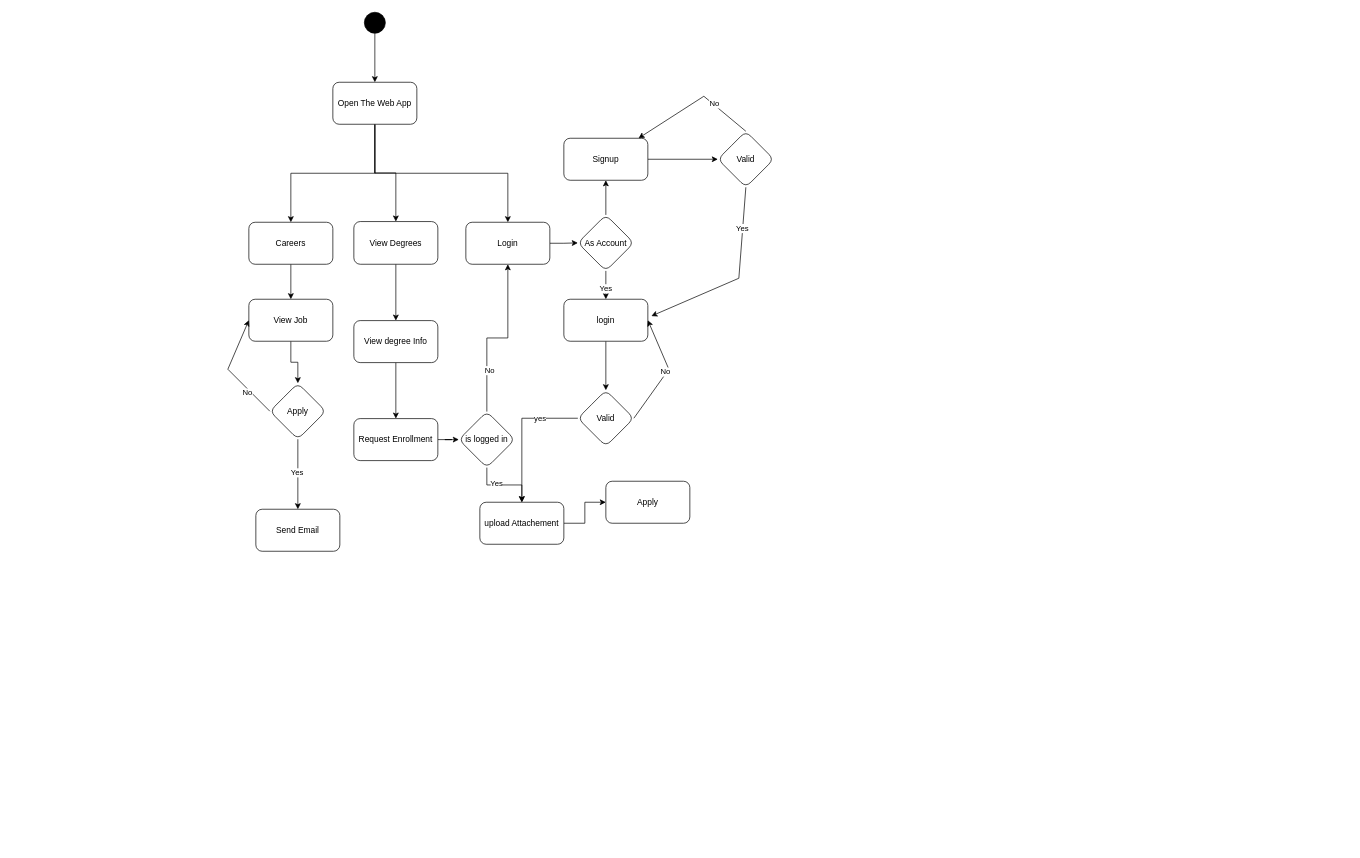
Earlier version of the draw.io diagram Untitled Diagram.drawio (AbdElrhman-m/100-days-of-code). Source tidied: cells renumbered, new cells numbered last; positions are measured from the earlier drawing's top-left corner, leaving out a move shared by most shapes. Both pictures are drawn from the tidied source at 70%, with x=0, y=0 at pixel (227, 12).
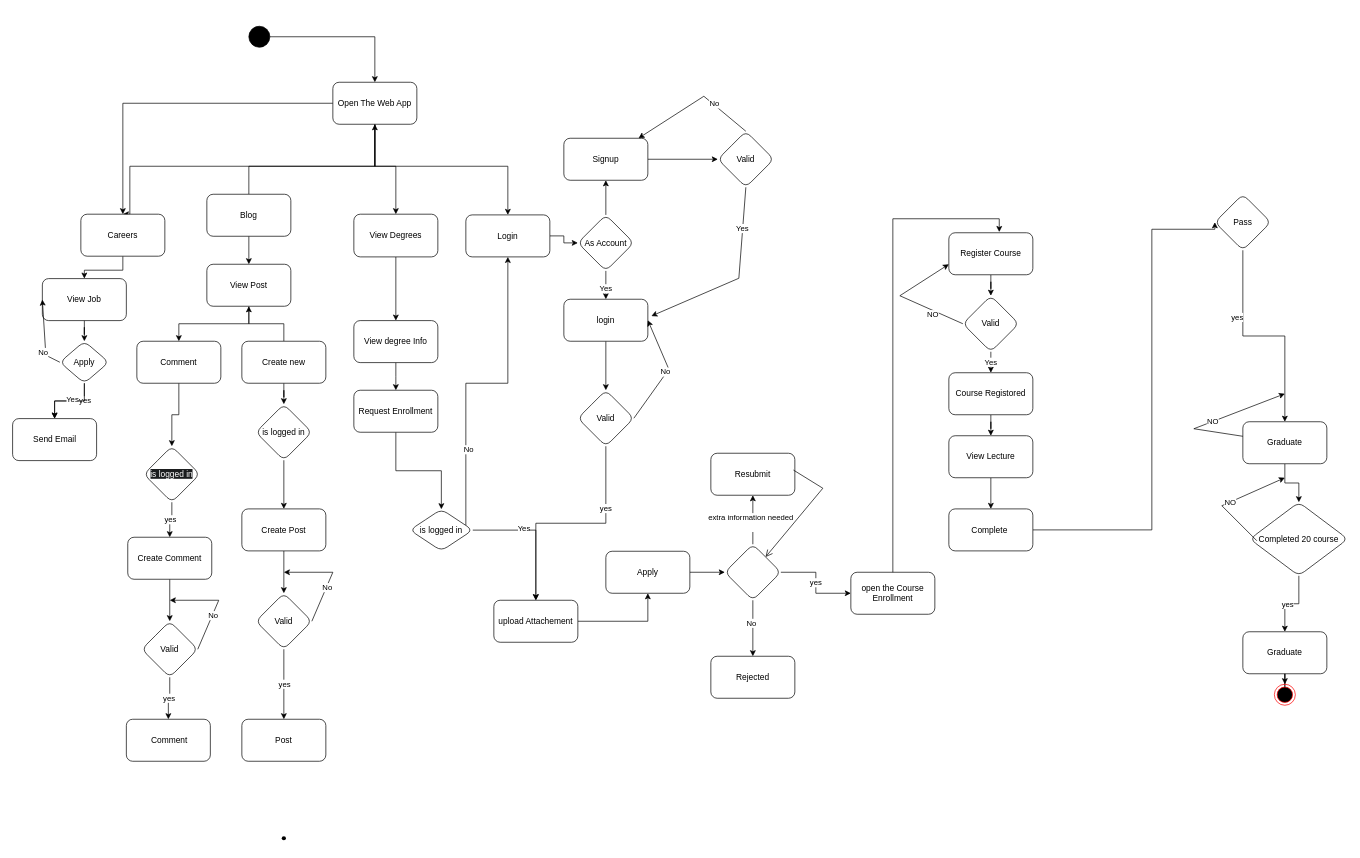
The same page after the edit.

The change refers to these unchanged cells:
```xml
<mxCell id="7" value="Open The Web App" style="rounded=1;whiteSpace=wrap;html=1;" parent="1" vertex="1">
  <mxGeometry x="150" y="100" width="120" height="60" as="geometry" />
</mxCell>
```

What changed in the source:
```diff
@@
     <mxCell id="3" style="ellipse;fillColor=strokeColor;html=1;" parent="1" vertex="1">
-      <mxGeometry x="195" width="30" height="30" as="geometry" />
+      <mxGeometry x="30" y="20" width="30" height="30" as="geometry" />
     </mxCell>
+    <mxCell id="5" style="edgeStyle=orthogonalEdgeStyle;rounded=0;jettySize=auto;html=1;" parent="1" edge="1" source="7" target="19">
+      <mxGeometry relative="1" as="geometry">
+        <Array as="points">
+          <mxPoint x="210" y="220" />
+          <mxPoint x="240" y="220" />
+        </Array>
+      </mxGeometry>
+    </mxCell>
@@
-    <mxCell id="5" style="edgeStyle=orthogonalEdgeStyle;rounded=0;jettySize=auto;html=1;" parent="1" edge="1" source="7" target="19">
-      <mxGeometry relative="1" as="geometry" />
-    </mxCell>
     <mxCell id="6" style="edgeStyle=orthogonalEdgeStyle;rounded=0;jettySize=auto;html=1;" parent="1" edge="1" source="7" target="30">
       <mxGeometry relative="1" as="geometry">
         <Array as="points">
-          <mxPoint x="210" y="230" />
-          <mxPoint x="400" y="230" />
+          <mxPoint x="210" y="220" />
+          <mxPoint x="400" y="220" />
         </Array>
       </mxGeometry>
     </mxCell>
+    <mxCell id="52" style="edgeStyle=orthogonalEdgeStyle;rounded=0;jettySize=auto;html=1;entryX=0.5;entryY=0;entryDx=0;entryDy=0;" parent="1" edge="1" source="7" target="9">
+      <mxGeometry relative="1" as="geometry">
+        <Array as="points">
+          <mxPoint x="210" y="220" />
+          <mxPoint x="-140" y="220" />
+          <mxPoint x="-140" y="289" />
+        </Array>
+      </mxGeometry>
+    </mxCell>
@@
     <mxCell id="9" value="Careers" style="whiteSpace=wrap;html=1;rounded=1;" parent="1" vertex="1">
-      <mxGeometry x="30" y="300" width="120" height="60" as="geometry" />
+      <mxGeometry x="-210" y="288.5" width="120" height="60" as="geometry" />
     </mxCell>
@@
     <mxCell id="11" value="View Job" style="whiteSpace=wrap;html=1;rounded=1;" parent="1" vertex="1">
-      <mxGeometry x="30" y="410" width="120" height="60" as="geometry" />
+      <mxGeometry x="-265" y="380.5" width="120" height="60" as="geometry" />
     </mxCell>
+    <mxCell id="53" style="edgeStyle=orthogonalEdgeStyle;rounded=0;jettySize=auto;html=1;" parent="1" edge="1" source="14" target="17">
+      <mxGeometry relative="1" as="geometry" />
+    </mxCell>
+    <mxCell id="54" value="yes" style="edgeLabel;html=1;align=center;verticalAlign=middle;" parent="53" vertex="1">
+      <mxGeometry x="-0.47" y="-1" relative="1" as="geometry" />
+    </mxCell>
@@
     <mxCell id="14" value="Apply" style="rhombus;whiteSpace=wrap;html=1;rounded=1;" parent="1" vertex="1">
-      <mxGeometry x="60" y="530" width="80" height="80" as="geometry" />
+      <mxGeometry x="-240" y="470" width="70" height="60" as="geometry" />
     </mxCell>
     <mxCell id="15" style="endArrow=classic;html=1;rounded=0;exitX=0;exitY=0.5;exitDx=0;exitDy=0;entryX=0;entryY=0.5;entryDx=0;entryDy=0;" parent="1" edge="1" source="14" target="11">
       <mxGeometry relative="1" as="geometry">
         <Array as="points">
-          <mxPoint y="510" />
+          <mxPoint x="-260" y="490" />
         </Array>
       </mxGeometry>
     </mxCell>
@@
     <mxCell id="17" value="Send Email" style="whiteSpace=wrap;html=1;rounded=1;" parent="1" vertex="1">
-      <mxGeometry x="40" y="710" width="120" height="60" as="geometry" />
+      <mxGeometry x="-307.5" y="580.5" width="120" height="60" as="geometry" />
     </mxCell>
@@
     <mxCell id="19" value="View Degrees" style="whiteSpace=wrap;html=1;rounded=1;" parent="1" vertex="1">
-      <mxGeometry x="180" y="299" width="120" height="61" as="geometry" />
+      <mxGeometry x="180" y="288.5" width="120" height="61" as="geometry" />
     </mxCell>
@@
     <mxCell id="23" value="Request Enrollment" style="whiteSpace=wrap;html=1;rounded=1;" parent="1" vertex="1">
-      <mxGeometry x="180" y="580.5" width="120" height="60" as="geometry" />
+      <mxGeometry x="180" y="540" width="120" height="60" as="geometry" />
     </mxCell>
     <mxCell id="24" style="edgeStyle=orthogonalEdgeStyle;rounded=0;jettySize=auto;html=1;" parent="1" edge="1" source="28" target="30">
-      <mxGeometry relative="1" as="geometry" />
+      <mxGeometry relative="1" as="geometry">
+        <Array as="points">
+          <mxPoint x="340" y="530" />
+          <mxPoint x="400" y="530" />
+        </Array>
+      </mxGeometry>
     </mxCell>
@@
     <mxCell id="28" value="is logged in" style="rhombus;whiteSpace=wrap;html=1;rounded=1;" parent="1" vertex="1">
-      <mxGeometry x="330" y="570.5" width="80" height="80" as="geometry" />
+      <mxGeometry x="260" y="710" width="90" height="59.5" as="geometry" />
     </mxCell>
@@
     <mxCell id="30" value="Login" style="whiteSpace=wrap;html=1;rounded=1;" parent="1" vertex="1">
-      <mxGeometry x="340" y="300" width="120" height="60" as="geometry" />
+      <mxGeometry x="340" y="289.5" width="120" height="60" as="geometry" />
     </mxCell>
@@
     <mxCell id="38" value="upload Attachement" style="whiteSpace=wrap;html=1;rounded=1;" parent="1" vertex="1">
-      <mxGeometry x="360" y="700" width="120" height="60" as="geometry" />
+      <mxGeometry x="380" y="840" width="120" height="60" as="geometry" />
     </mxCell>
+    <mxCell id="55" style="edgeStyle=orthogonalEdgeStyle;rounded=0;jettySize=auto;html=1;" parent="1" edge="1" source="39" target="91">
+      <mxGeometry relative="1" as="geometry" />
+    </mxCell>
     <mxCell id="39" value="Apply" style="whiteSpace=wrap;html=1;rounded=1;" parent="1" vertex="1">
-      <mxGeometry x="540" y="670" width="120" height="60" as="geometry" />
+      <mxGeometry x="540" y="770" width="120" height="60" as="geometry" />
     </mxCell>
@@
+    <mxCell id="56" style="edgeStyle=orthogonalEdgeStyle;rounded=0;jettySize=auto;html=1;" parent="1" edge="1" source="58" target="7">
+      <mxGeometry relative="1" as="geometry">
+        <Array as="points">
+          <mxPoint x="30" y="220" />
+          <mxPoint x="210" y="220" />
+        </Array>
+      </mxGeometry>
+    </mxCell>
+    <mxCell id="57" style="edgeStyle=orthogonalEdgeStyle;rounded=0;jettySize=auto;html=1;" parent="1" edge="1" source="58" target="60">
+      <mxGeometry relative="1" as="geometry" />
+    </mxCell>
+    <mxCell id="58" value="Blog" style="whiteSpace=wrap;html=1;rounded=1;" parent="1" vertex="1">
+      <mxGeometry x="-30" y="260" width="120" height="60" as="geometry" />
+    </mxCell>
+    <mxCell id="59" style="edgeStyle=orthogonalEdgeStyle;rounded=0;jettySize=auto;html=1;" parent="1" edge="1" source="60" target="62">
+      <mxGeometry relative="1" as="geometry" />
+    </mxCell>
+    <mxCell id="60" value="View Post" style="whiteSpace=wrap;html=1;rounded=1;" parent="1" vertex="1">
+      <mxGeometry x="-30" y="360" width="120" height="60" as="geometry" />
+    </mxCell>
+    <mxCell id="61" style="edgeStyle=orthogonalEdgeStyle;rounded=0;jettySize=auto;html=1;" parent="1" edge="1" source="62" target="67">
+      <mxGeometry relative="1" as="geometry" />
+    </mxCell>
+    <mxCell id="62" value="Comment" style="whiteSpace=wrap;html=1;rounded=1;" parent="1" vertex="1">
+      <mxGeometry x="-130" y="470" width="120" height="60" as="geometry" />
+    </mxCell>
+    <mxCell id="63" style="edgeStyle=orthogonalEdgeStyle;rounded=0;jettySize=auto;html=1;entryX=0.5;entryY=1;entryDx=0;entryDy=0;" parent="1" edge="1" source="65" target="60">
+      <mxGeometry relative="1" as="geometry" />
+    </mxCell>
+    <mxCell id="64" style="edgeStyle=orthogonalEdgeStyle;rounded=0;jettySize=auto;html=1;entryX=0.5;entryY=0;entryDx=0;entryDy=0;" parent="1" edge="1" source="65" target="69">
+      <mxGeometry relative="1" as="geometry" />
+    </mxCell>
+    <mxCell id="65" value="Create new" style="whiteSpace=wrap;html=1;rounded=1;" parent="1" vertex="1">
+      <mxGeometry x="20" y="470" width="120" height="60" as="geometry" />
+    </mxCell>
+    <mxCell id="66" value="yes" style="edgeStyle=orthogonalEdgeStyle;rounded=0;jettySize=auto;html=1;entryX=0.5;entryY=0;entryDx=0;entryDy=0;" parent="1" edge="1" source="67" target="79">
+      <mxGeometry relative="1" as="geometry" />
+    </mxCell>
+    <mxCell id="67" value="&lt;span style=&quot;caret-color: rgb(255, 255, 255); color: rgb(255, 255, 255); font-family: Helvetica; font-size: 12px; font-style: normal; font-variant-caps: normal; font-weight: 400; letter-spacing: normal; orphans: 2; text-align: center; text-indent: 0px; text-transform: none; white-space: normal; widows: 2; word-spacing: 0px; -webkit-text-stroke-width: 0px; background-color: rgb(27, 29, 30); text-decoration: none; display: inline !important; float: none;&quot;&gt;is logged in&lt;/span&gt;" style="rhombus;whiteSpace=wrap;html=1;rounded=1;" parent="1" vertex="1">
+      <mxGeometry x="-120" y="620" width="80" height="80" as="geometry" />
+    </mxCell>
+    <mxCell id="68" style="edgeStyle=orthogonalEdgeStyle;rounded=0;jettySize=auto;html=1;" parent="1" edge="1" source="69" target="71">
+      <mxGeometry relative="1" as="geometry" />
+    </mxCell>
+    <mxCell id="69" value="is logged in" style="rhombus;whiteSpace=wrap;html=1;rounded=1;" parent="1" vertex="1">
+      <mxGeometry x="40" y="560" width="80" height="80" as="geometry" />
+    </mxCell>
+    <mxCell id="70" style="edgeStyle=orthogonalEdgeStyle;rounded=0;jettySize=auto;html=1;" parent="1" edge="1" source="71" target="74">
+      <mxGeometry relative="1" as="geometry" />
+    </mxCell>
+    <mxCell id="71" value="Create Post" style="whiteSpace=wrap;html=1;rounded=1;" parent="1" vertex="1">
+      <mxGeometry x="20" y="709.5" width="120" height="60" as="geometry" />
+    </mxCell>
+    <mxCell id="72" style="edgeStyle=orthogonalEdgeStyle;rounded=0;jettySize=auto;html=1;" parent="1" edge="1" source="74" target="77">
+      <mxGeometry relative="1" as="geometry" />
+    </mxCell>
+    <mxCell id="73" value="yes" style="edgeLabel;html=1;align=center;verticalAlign=middle;" parent="72" vertex="1">
+      <mxGeometry x="-0.02" relative="1" as="geometry" />
+    </mxCell>
+    <mxCell id="74" value="Valid" style="rhombus;whiteSpace=wrap;html=1;rounded=1;" parent="1" vertex="1">
+      <mxGeometry x="40" y="830" width="80" height="80" as="geometry" />
+    </mxCell>
+    <mxCell id="75" style="endArrow=classic;html=1;rounded=0;exitX=1;exitY=0.5;exitDx=0;exitDy=0;" parent="1" edge="1" source="74">
+      <mxGeometry relative="1" as="geometry">
+        <mxPoint x="80" y="800" as="targetPoint" />
+        <Array as="points">
+          <mxPoint x="150" y="800" />
+        </Array>
+      </mxGeometry>
+    </mxCell>
+    <mxCell id="76" value="No" style="edgeLabel;html=1;align=center;verticalAlign=middle;" parent="75" vertex="1">
+      <mxGeometry x="-0.27" y="-1" relative="1" as="geometry" />
+    </mxCell>
+    <mxCell id="77" value="Post" style="whiteSpace=wrap;html=1;rounded=1;" parent="1" vertex="1">
+      <mxGeometry x="20" y="1010" width="120" height="60" as="geometry" />
+    </mxCell>
+    <mxCell id="78" style="edgeStyle=orthogonalEdgeStyle;rounded=0;jettySize=auto;html=1;" parent="1" edge="1" source="79" target="80">
+      <mxGeometry relative="1" as="geometry" />
+    </mxCell>
+    <mxCell id="79" value="Create Comment" style="whiteSpace=wrap;html=1;rounded=1;" parent="1" vertex="1">
+      <mxGeometry x="-143" y="750" width="120" height="60" as="geometry" />
+    </mxCell>
+    <mxCell id="80" value="Valid" style="rhombus;whiteSpace=wrap;html=1;rounded=1;" parent="1" vertex="1">
+      <mxGeometry x="-123" y="870" width="80" height="80" as="geometry" />
+    </mxCell>
+    <mxCell id="81" style="endArrow=classic;html=1;rounded=0;exitX=1;exitY=0.5;exitDx=0;exitDy=0;" parent="1" edge="1" source="80">
+      <mxGeometry relative="1" as="geometry">
+        <mxPoint x="-83" y="840" as="targetPoint" />
+        <Array as="points">
+          <mxPoint x="-13" y="840" />
+        </Array>
+      </mxGeometry>
+    </mxCell>
+    <mxCell id="82" value="No" style="edgeLabel;html=1;align=center;verticalAlign=middle;" parent="81" vertex="1">
+      <mxGeometry x="-0.27" y="-1" relative="1" as="geometry" />
+    </mxCell>
+    <mxCell id="83" value="yes" style="edgeStyle=orthogonalEdgeStyle;rounded=0;jettySize=auto;html=1;" parent="1" edge="1" source="80" target="84">
+      <mxGeometry relative="1" as="geometry" />
+    </mxCell>
+    <mxCell id="84" value="&amp;nbsp;Comment" style="whiteSpace=wrap;html=1;rounded=1;" parent="1" vertex="1">
+      <mxGeometry x="-145" y="1010" width="120" height="60" as="geometry" />
+    </mxCell>
+    <mxCell id="85" style="shape=waypoint;sketch=0;size=6;fillColor=default;perimeter=centerPerimeter;rounded=1;" parent="1" vertex="1">
+      <mxGeometry x="70" y="1170" width="20" height="20" as="geometry" />
+    </mxCell>
+    <mxCell id="86" value="yes" style="edgeStyle=orthogonalEdgeStyle;rounded=0;jettySize=auto;html=1;" parent="1" edge="1" source="91" target="92">
+      <mxGeometry relative="1" as="geometry" />
+    </mxCell>
+    <mxCell id="87" style="edgeStyle=orthogonalEdgeStyle;rounded=0;jettySize=auto;html=1;" parent="1" edge="1" source="91" target="93">
+      <mxGeometry relative="1" as="geometry" />
+    </mxCell>
+    <mxCell id="88" value="extra information needed&lt;div&gt;&lt;br&gt;&lt;/div&gt;" style="edgeLabel;html=1;align=center;verticalAlign=middle;" parent="87" vertex="1">
+      <mxGeometry x="-0.09" y="4" relative="1" as="geometry" />
+    </mxCell>
+    <mxCell id="89" style="edgeStyle=orthogonalEdgeStyle;rounded=0;jettySize=auto;html=1;" parent="1" edge="1" source="91" target="95">
+      <mxGeometry relative="1" as="geometry" />
+    </mxCell>
+    <mxCell id="90" value="No" style="edgeLabel;html=1;align=center;verticalAlign=middle;" parent="89" vertex="1">
+      <mxGeometry x="-0.2" y="-3" relative="1" as="geometry" />
+    </mxCell>
+    <mxCell id="91" style="rhombus;whiteSpace=wrap;html=1;rounded=1;" parent="1" vertex="1">
+      <mxGeometry x="710" y="760" width="80" height="80" as="geometry" />
+    </mxCell>
+    <mxCell id="92" value="open the Course Enrollment" style="whiteSpace=wrap;html=1;rounded=1;" parent="1" vertex="1">
+      <mxGeometry x="890" y="800" width="120" height="60" as="geometry" />
+    </mxCell>
+    <mxCell id="93" value="Resubmit" style="rounded=1;whiteSpace=wrap;html=1;" parent="1" vertex="1">
+      <mxGeometry x="690" y="630" width="120" height="60" as="geometry" />
+    </mxCell>
+    <mxCell id="94" style="endArrow=open;startArrow=none;endFill=0;startFill=0;endSize=8;html=1;verticalAlign=bottom;labelBackgroundColor=none;strokeWidth=1;rounded=0;exitX=0.983;exitY=0.4;exitDx=0;exitDy=0;exitPerimeter=0;" parent="1" edge="1" source="93" target="91">
+      <mxGeometry relative="1" as="geometry">
+        <Array as="points">
+          <mxPoint x="850" y="680" />
+        </Array>
+      </mxGeometry>
+    </mxCell>
+    <mxCell id="95" value="Rejected" style="whiteSpace=wrap;html=1;rounded=1;" parent="1" vertex="1">
+      <mxGeometry x="690" y="920" width="120" height="60" as="geometry" />
+    </mxCell>
+    <mxCell id="96" style="edgeStyle=orthogonalEdgeStyle;rounded=0;jettySize=auto;html=1;" parent="1" edge="1" source="97" target="99">
+      <mxGeometry relative="1" as="geometry" />
+    </mxCell>
+    <mxCell id="97" value="Register Course" style="whiteSpace=wrap;html=1;rounded=1;" parent="1" vertex="1">
+      <mxGeometry x="1030" y="315" width="120" height="60" as="geometry" />
+    </mxCell>
+    <mxCell id="98" value="Yes" style="edgeStyle=orthogonalEdgeStyle;rounded=0;jettySize=auto;html=1;" parent="1" edge="1" source="99" target="101">
+      <mxGeometry relative="1" as="geometry" />
+    </mxCell>
+    <mxCell id="99" value="Valid" style="rhombus;whiteSpace=wrap;html=1;rounded=1;" parent="1" vertex="1">
+      <mxGeometry x="1050" y="405" width="80" height="80" as="geometry" />
+    </mxCell>
+    <mxCell id="100" style="edgeStyle=orthogonalEdgeStyle;rounded=0;jettySize=auto;html=1;" parent="1" edge="1" source="101" target="105">
+      <mxGeometry relative="1" as="geometry" />
+    </mxCell>
+    <mxCell id="101" value="Course Registored" style="whiteSpace=wrap;html=1;rounded=1;" parent="1" vertex="1">
+      <mxGeometry x="1030" y="515" width="120" height="60" as="geometry" />
+    </mxCell>
+    <mxCell id="102" style="endArrow=classic;html=1;rounded=0;exitX=0;exitY=0.5;exitDx=0;exitDy=0;entryX=0;entryY=0.75;entryDx=0;entryDy=0;" parent="1" edge="1" source="99" target="97">
+      <mxGeometry relative="1" as="geometry">
+        <Array as="points">
+          <mxPoint x="960" y="405" />
+        </Array>
+      </mxGeometry>
+    </mxCell>
+    <mxCell id="103" value="NO" style="edgeLabel;html=1;align=center;verticalAlign=middle;" parent="102" vertex="1">
+      <mxGeometry x="-0.5" y="5" relative="1" as="geometry" />
+    </mxCell>
+    <mxCell id="104" style="edgeStyle=orthogonalEdgeStyle;rounded=0;jettySize=auto;html=1;" parent="1" edge="1" source="105" target="107">
+      <mxGeometry relative="1" as="geometry" />
+    </mxCell>
+    <mxCell id="105" value="View Lecture" style="rounded=1;whiteSpace=wrap;html=1;" parent="1" vertex="1">
+      <mxGeometry x="1030" y="605" width="120" height="60" as="geometry" />
+    </mxCell>
+    <mxCell id="106" style="edgeStyle=orthogonalEdgeStyle;rounded=0;jettySize=auto;html=1;entryX=0;entryY=0.5;entryDx=0;entryDy=0;" parent="1" edge="1" source="107" target="110">
+      <mxGeometry relative="1" as="geometry">
+        <Array as="points">
+          <mxPoint x="1320" y="740" />
+          <mxPoint x="1320" y="310" />
+          <mxPoint x="1410" y="310" />
+        </Array>
+      </mxGeometry>
+    </mxCell>
+    <mxCell id="107" value="Complete&amp;nbsp;" style="whiteSpace=wrap;html=1;rounded=1;" parent="1" vertex="1">
+      <mxGeometry x="1030" y="709.5" width="120" height="60" as="geometry" />
+    </mxCell>
+    <mxCell id="108" style="edgeStyle=orthogonalEdgeStyle;rounded=0;jettySize=auto;html=1;" parent="1" edge="1" source="110" target="112">
+      <mxGeometry relative="1" as="geometry" />
+    </mxCell>
+    <mxCell id="109" value="yes" style="edgeLabel;html=1;align=center;verticalAlign=middle;" parent="108" vertex="1">
+      <mxGeometry x="-0.38" y="-9" relative="1" as="geometry" />
+    </mxCell>
+    <mxCell id="110" value="Pass" style="rhombus;whiteSpace=wrap;html=1;rounded=1;" parent="1" vertex="1">
+      <mxGeometry x="1410" y="260" width="80" height="80" as="geometry" />
+    </mxCell>
+    <mxCell id="111" style="edgeStyle=orthogonalEdgeStyle;rounded=0;jettySize=auto;html=1;" parent="1" edge="1" source="112" target="115">
+      <mxGeometry relative="1" as="geometry" />
+    </mxCell>
+    <mxCell id="112" value="Graduate" style="whiteSpace=wrap;html=1;rounded=1;" parent="1" vertex="1">
+      <mxGeometry x="1450" y="585" width="120" height="60" as="geometry" />
+    </mxCell>
+    <mxCell id="113" style="edgeStyle=orthogonalEdgeStyle;rounded=0;jettySize=auto;html=1;" parent="1" edge="1" source="115" target="117">
+      <mxGeometry relative="1" as="geometry" />
+    </mxCell>
+    <mxCell id="114" value="yes" style="edgeLabel;html=1;align=center;verticalAlign=middle;" parent="113" vertex="1">
+      <mxGeometry x="0.2" y="3" relative="1" as="geometry" />
+    </mxCell>
+    <mxCell id="115" value="Completed 20 course" style="rhombus;whiteSpace=wrap;html=1;rounded=1;" parent="1" vertex="1">
+      <mxGeometry x="1460" y="700" width="140" height="105" as="geometry" />
+    </mxCell>
+    <mxCell id="116" style="edgeStyle=orthogonalEdgeStyle;rounded=0;jettySize=auto;html=1;" parent="1" edge="1" source="117" target="122">
+      <mxGeometry relative="1" as="geometry" />
+    </mxCell>
+    <mxCell id="117" value="Graduate" style="whiteSpace=wrap;html=1;rounded=1;" parent="1" vertex="1">
+      <mxGeometry x="1450" y="885" width="120" height="60" as="geometry" />
+    </mxCell>
+    <mxCell id="118" style="endArrow=classic;html=1;rounded=0;exitX=0;exitY=0.5;exitDx=0;exitDy=0;" parent="1" edge="1">
+      <mxGeometry relative="1" as="geometry">
+        <mxPoint x="1470" y="755" as="sourcePoint" />
+        <mxPoint x="1510" y="665" as="targetPoint" />
+        <Array as="points">
+          <mxPoint x="1420" y="705" />
+        </Array>
+      </mxGeometry>
+    </mxCell>
+    <mxCell id="119" value="NO" style="edgeLabel;html=1;align=center;verticalAlign=middle;" parent="118" vertex="1">
+      <mxGeometry x="-0.02" relative="1" as="geometry" />
+    </mxCell>
+    <mxCell id="120" style="endArrow=classic;html=1;rounded=0;" parent="1" edge="1" source="112">
+      <mxGeometry relative="1" as="geometry">
+        <mxPoint x="1510" y="545" as="targetPoint" />
+        <Array as="points">
+          <mxPoint x="1380" y="595" />
+        </Array>
+      </mxGeometry>
+    </mxCell>
+    <mxCell id="121" value="NO" style="edgeLabel;html=1;align=center;verticalAlign=middle;" parent="120" vertex="1">
+      <mxGeometry x="-0.06" relative="1" as="geometry" />
+    </mxCell>
+    <mxCell id="122" style="ellipse;html=1;shape=endState;fillColor=#000000;strokeColor=#ff0000;" parent="1" vertex="1">
+      <mxGeometry x="1495" y="960" width="30" height="30" as="geometry" />
+    </mxCell>
+    <mxCell id="123" style="edgeStyle=orthogonalEdgeStyle;rounded=0;jettySize=auto;html=1;exitX=0.5;exitY=0;exitDx=0;exitDy=0;entryX=0.6;entryY=-0.017;entryDx=0;entryDy=0;entryPerimeter=0;" parent="1" edge="1" source="92" target="97">
+      <mxGeometry relative="1" as="geometry" />
+    </mxCell>
```
